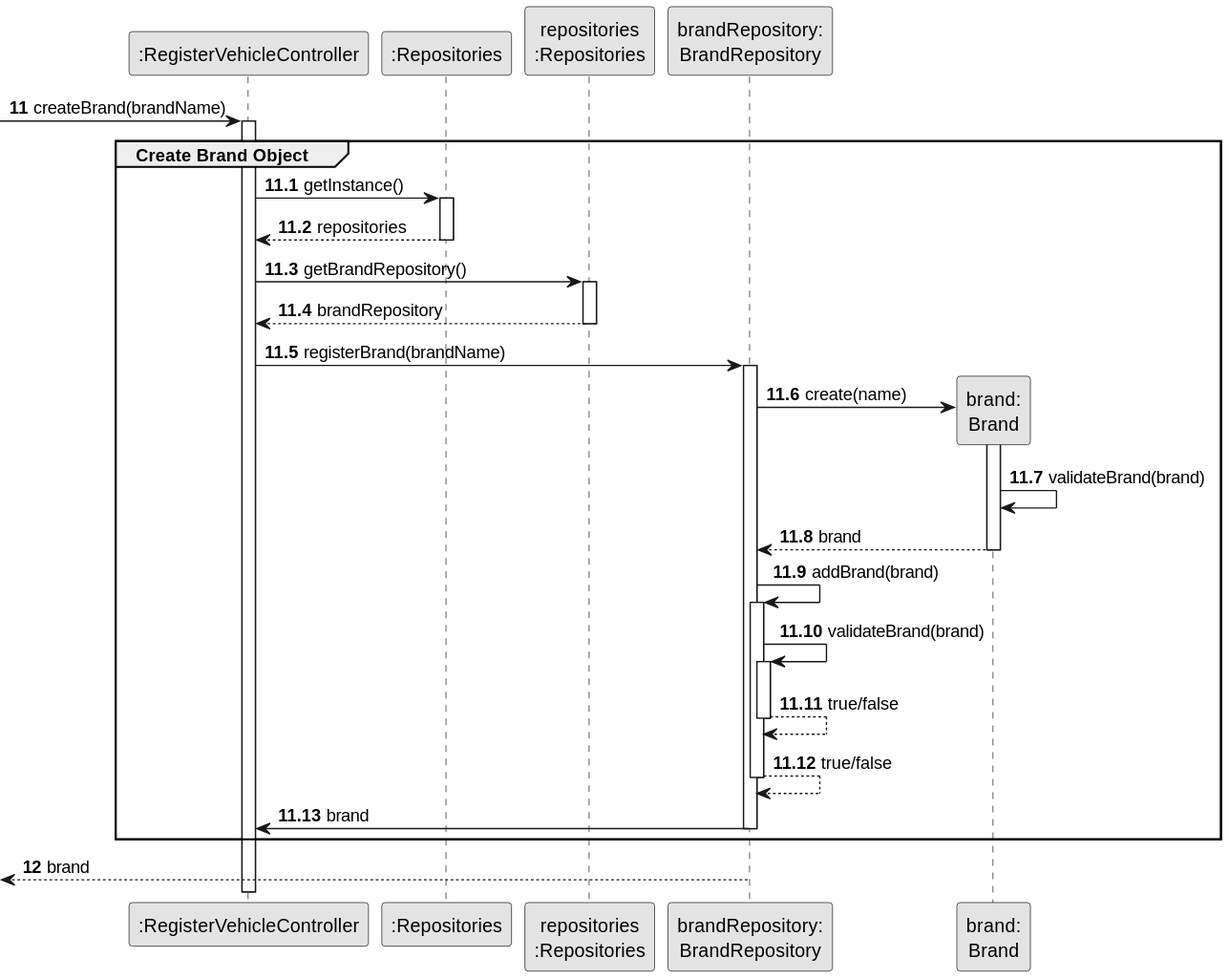
Before: docs/sprint2/us06/03.design/svg/us06-sequence-diagram-partial-create-brand.svg, a diagram exported from PlantUML (Departamento-de-Engenharia-Informatica/lei-24-s2-1db-g022). Its diagram source:
```plantuml
@startuml
skinparam monochrome true
skinparam packageStyle rectangle
skinparam shadowing false

participant ":RegisterVehicleController" as CTRL
participant ":Repositories" as RepositorySingleton
participant "repositories\n:Repositories" as PLAT
participant "brandRepository:\nBrandRepository" as BR
participant "brand:\nBrand" as Brand

autonumber 11
-> CTRL: createBrand(brandName)

autonumber 11.1
activate CTRL
    group Create Brand Object

    CTRL -> RepositorySingleton : getInstance()
            activate RepositorySingleton

                RepositorySingleton --> CTRL: repositories
            deactivate RepositorySingleton

            CTRL -> PLAT : getBrandRepository()
            activate PLAT

                PLAT --> CTRL : brandRepository
            deactivate PLAT

        CTRL -> BR : registerBrand(brandName)

        activate BR

            BR -> Brand**: create(name)

            activate Brand

                Brand -> Brand: validateBrand(brand)
                Brand --> BR : brand

            deactivate Brand

        BR -> BR: addBrand(brand)

        activate BR
            BR -> BR: validateBrand(brand)
            activate BR
                BR --> BR : true/false
            deactivate BR

            BR --> BR : true/false
        deactivate BR

            BR -> CTRL : brand
        deactivate BR
    end

    autonumber 12
    <-- BR : brand
deactivate BR
@enduml
```
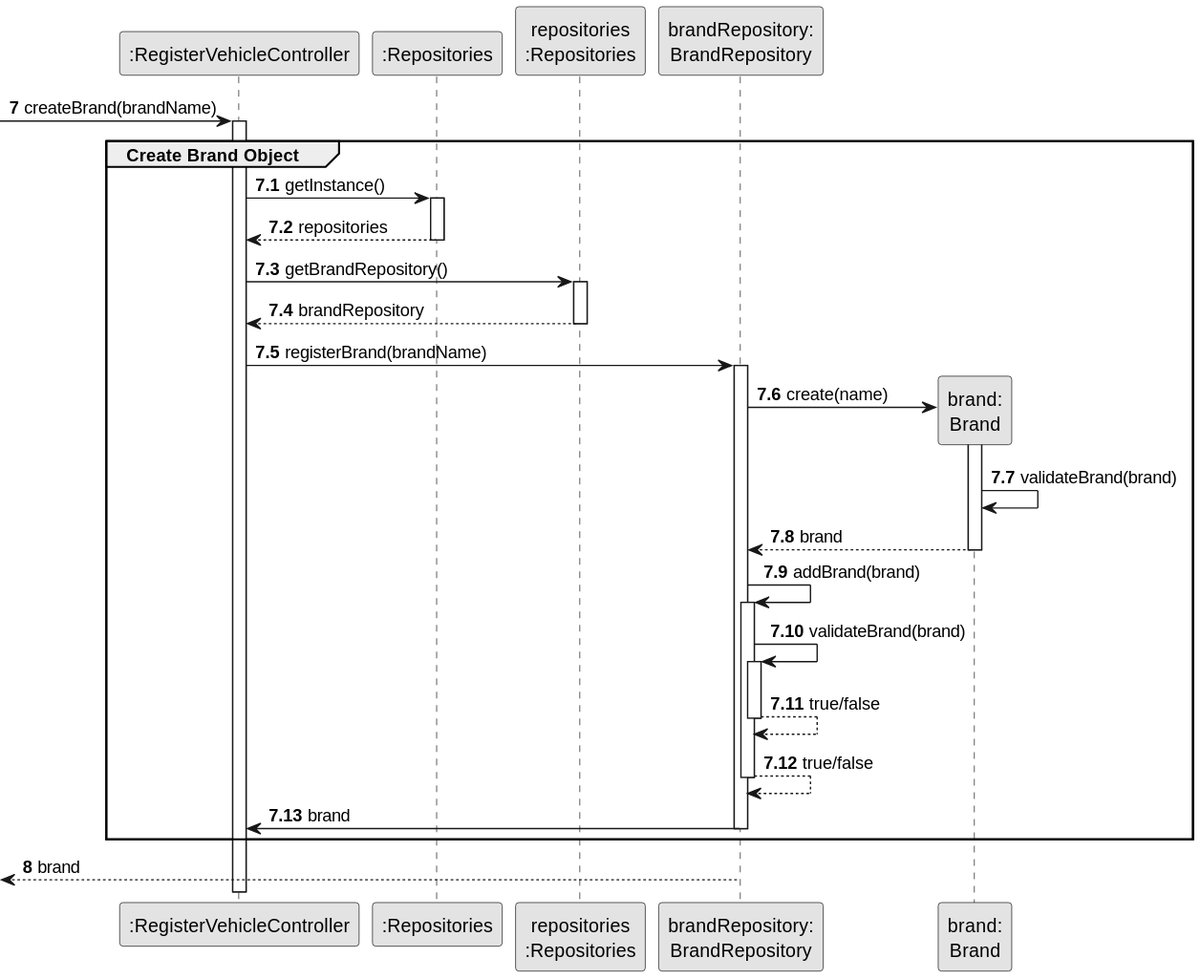
After the commit.

Commit message:
rectification of US06 sequence diagram

Diff of the diagram source:
```diff
@@ -9,10 +9,10 @@
 participant "brandRepository:\nBrandRepository" as BR
 participant "brand:\nBrand" as Brand
 
-autonumber 11
+autonumber 7
 -> CTRL: createBrand(brandName)
 
-autonumber 11.1
+autonumber 7.1
 activate CTRL
     group Create Brand Object
 
@@ -56,7 +56,7 @@
         deactivate BR
     end
 
-    autonumber 12
+    autonumber 8
     <-- BR : brand
 deactivate BR
 @enduml
```
